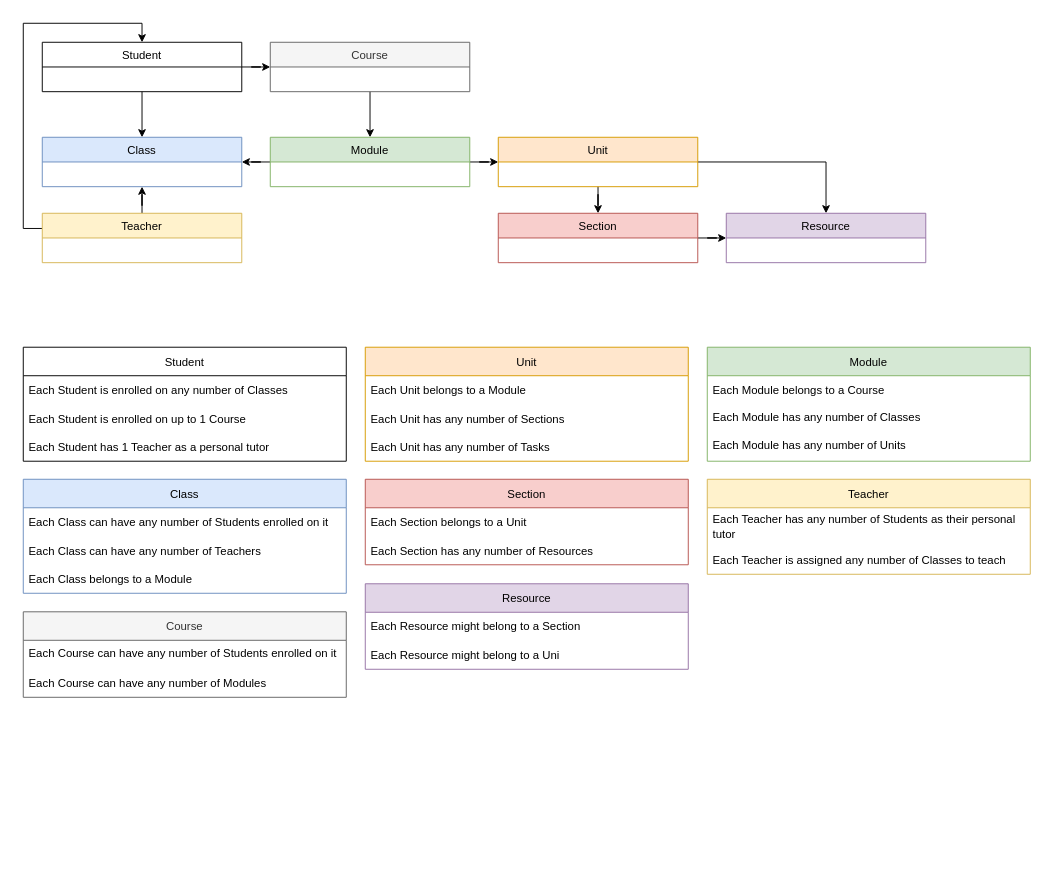
The draw.io diagram Docs/GoLearn_DataModel.drawio in brad1066/uni-capstone, before the edit. Source tidied: cells renumbered, new cells numbered last; positions are measured from the earlier drawing's top-left corner, leaving out a move shared by most shapes. Both pictures are drawn from the tidied source at 95%, with x=0, y=0 at pixel (23, 23).
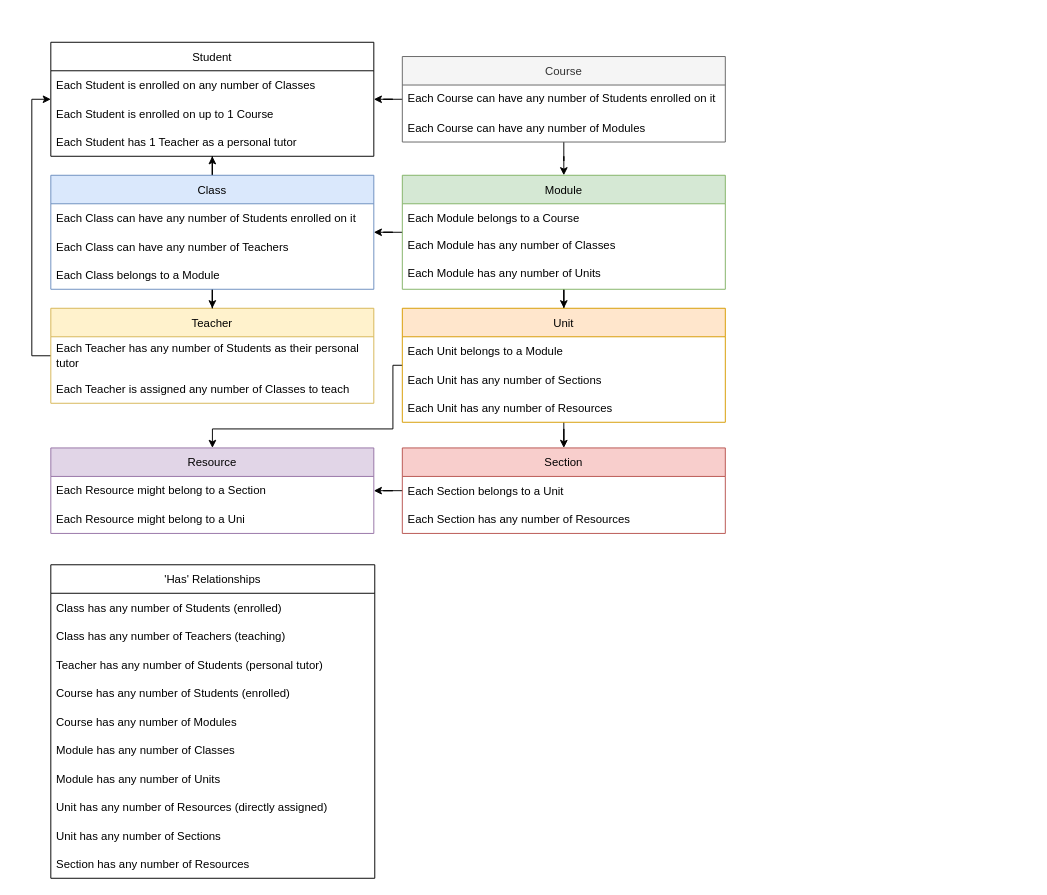
The same page after the edit.

Commit message:
Simplification of DataModel file

What changed in the source:
```diff
@@
-    <mxCell id="2" style="edgeStyle=orthogonalEdgeStyle;rounded=0;jettySize=auto;html=1;" parent="1" edge="1" source="4" target="16">
-      <mxGeometry relative="1" as="geometry" />
-    </mxCell>
-    <mxCell id="3" style="edgeStyle=orthogonalEdgeStyle;rounded=0;jettySize=auto;html=1;" parent="1" edge="1" source="4" target="6">
-      <mxGeometry relative="1" as="geometry" />
-    </mxCell>
-    <mxCell id="4" value="Student" style="swimlane;fontStyle=0;horizontal=1;startSize=26;" parent="1" vertex="1">
-      <mxGeometry x="20" y="20" width="210" height="52" as="geometry" />
-    </mxCell>
-    <mxCell id="5" style="edgeStyle=orthogonalEdgeStyle;rounded=0;jumpStyle=line;jettySize=auto;html=1;entryX=0.5;entryY=0;entryDx=0;entryDy=0;" parent="1" edge="1" source="6" target="9">
-      <mxGeometry relative="1" as="geometry" />
-    </mxCell>
-    <mxCell id="6" value="Course" style="swimlane;fontStyle=0;horizontal=1;startSize=26;fillColor=#f5f5f5;fontColor=#333333;strokeColor=#666666;" parent="1" vertex="1">
-      <mxGeometry x="260" y="20" width="210" height="52" as="geometry" />
-    </mxCell>
-    <mxCell id="7" style="edgeStyle=orthogonalEdgeStyle;rounded=0;jumpStyle=line;jettySize=auto;html=1;" parent="1" edge="1" source="9" target="16">
-      <mxGeometry relative="1" as="geometry" />
-    </mxCell>
-    <mxCell id="8" style="edgeStyle=orthogonalEdgeStyle;rounded=0;jumpStyle=line;jettySize=auto;html=1;" parent="1" edge="1" source="9" target="12">
-      <mxGeometry relative="1" as="geometry" />
-    </mxCell>
-    <mxCell id="9" value="Module" style="swimlane;fontStyle=0;horizontal=1;startSize=26;fillColor=#d5e8d4;strokeColor=#82b366;" parent="1" vertex="1">
-      <mxGeometry x="260" y="120" width="210" height="52" as="geometry" />
-    </mxCell>
-    <mxCell id="10" style="edgeStyle=orthogonalEdgeStyle;rounded=0;jumpStyle=line;jettySize=auto;html=1;" parent="1" edge="1" source="12" target="14">
-      <mxGeometry relative="1" as="geometry" />
-    </mxCell>
-    <mxCell id="11" style="edgeStyle=orthogonalEdgeStyle;rounded=0;jumpStyle=line;jettySize=auto;html=1;exitX=1;exitY=0.5;exitDx=0;exitDy=0;" parent="1" edge="1" source="12" target="15">
-      <mxGeometry relative="1" as="geometry" />
-    </mxCell>
-    <mxCell id="12" value="Unit" style="swimlane;fontStyle=0;horizontal=1;startSize=26;fillColor=#ffe6cc;strokeColor=#d79b00;" parent="1" vertex="1">
-      <mxGeometry x="500" y="120" width="210" height="52" as="geometry" />
-    </mxCell>
-    <mxCell id="13" style="edgeStyle=orthogonalEdgeStyle;rounded=0;jumpStyle=line;jettySize=auto;html=1;" parent="1" edge="1" source="14" target="15">
-      <mxGeometry relative="1" as="geometry" />
-    </mxCell>
-    <mxCell id="14" value="Section" style="swimlane;fontStyle=0;horizontal=1;startSize=26;fillColor=#f8cecc;strokeColor=#b85450;" parent="1" vertex="1">
-      <mxGeometry x="500" y="200" width="210" height="52" as="geometry" />
-    </mxCell>
-    <mxCell id="15" value="Resource" style="swimlane;fontStyle=0;horizontal=1;startSize=26;fillColor=#e1d5e7;strokeColor=#9673a6;" parent="1" vertex="1">
-      <mxGeometry x="740" y="200" width="210" height="52" as="geometry" />
-    </mxCell>
-    <mxCell id="16" value="Class" style="swimlane;fontStyle=0;horizontal=1;startSize=26;fillColor=#dae8fc;strokeColor=#6c8ebf;" parent="1" vertex="1">
-      <mxGeometry x="20" y="120" width="210" height="52" as="geometry" />
-    </mxCell>
-    <mxCell id="17" style="edgeStyle=orthogonalEdgeStyle;rounded=0;jettySize=auto;html=1;" parent="1" edge="1" source="19" target="4">
-      <mxGeometry relative="1" as="geometry">
-        <Array as="points">
-          <mxPoint y="216" />
-          <mxPoint />
-          <mxPoint x="125" />
-        </Array>
-      </mxGeometry>
-    </mxCell>
-    <mxCell id="18" style="edgeStyle=orthogonalEdgeStyle;rounded=0;jumpStyle=line;jettySize=auto;html=1;exitX=0.5;exitY=0;exitDx=0;exitDy=0;" parent="1" edge="1" source="19" target="16">
-      <mxGeometry relative="1" as="geometry" />
-    </mxCell>
-    <mxCell id="19" value="Teacher" style="swimlane;fontStyle=0;horizontal=1;startSize=26;fillColor=#fff2cc;strokeColor=#d6b656;" parent="1" vertex="1">
-      <mxGeometry x="20" y="200" width="210" height="52" as="geometry" />
-    </mxCell>
     <mxCell id="20" value="Student" style="swimlane;fontStyle=0;horizontal=1;startSize=30;" parent="1" vertex="1">
-      <mxGeometry y="341" width="340" height="120" as="geometry" />
+      <mxGeometry x="29" y="20" width="340" height="120" as="geometry" />
     </mxCell>
@@
+    <mxCell id="48" style="edgeStyle=orthogonalEdgeStyle;rounded=0;jumpStyle=line;jettySize=auto;html=1;" parent="1" edge="1" source="24" target="20">
+      <mxGeometry relative="1" as="geometry">
+        <Array as="points">
+          <mxPoint x="9" y="350" />
+          <mxPoint x="9" y="80" />
+        </Array>
+      </mxGeometry>
+    </mxCell>
     <mxCell id="24" value="Teacher" style="swimlane;fontStyle=0;horizontal=1;startSize=30;fillColor=#fff2cc;strokeColor=#d6b656;" parent="1" vertex="1">
-      <mxGeometry x="720" y="480" width="340" height="100" as="geometry" />
+      <mxGeometry x="29" y="300" width="340" height="100" as="geometry" />
     </mxCell>
@@
+    <mxCell id="49" style="edgeStyle=orthogonalEdgeStyle;rounded=0;jumpStyle=line;jettySize=auto;html=1;" parent="1" edge="1" source="27" target="34">
+      <mxGeometry relative="1" as="geometry" />
+    </mxCell>
+    <mxCell id="50" style="edgeStyle=orthogonalEdgeStyle;rounded=0;jumpStyle=line;jettySize=auto;html=1;" parent="1" edge="1" source="27" target="20">
+      <mxGeometry relative="1" as="geometry" />
+    </mxCell>
     <mxCell id="27" value="Course" style="swimlane;fontStyle=0;horizontal=1;startSize=30;fillColor=#f5f5f5;fontColor=#333333;strokeColor=#666666;" parent="1" vertex="1">
-      <mxGeometry y="619.5" width="340" height="90" as="geometry" />
+      <mxGeometry x="399" y="35" width="340" height="90" as="geometry" />
     </mxCell>
@@
+    <mxCell id="51" style="edgeStyle=orthogonalEdgeStyle;rounded=0;jumpStyle=line;jettySize=auto;html=1;" parent="1" edge="1" source="30" target="20">
+      <mxGeometry relative="1" as="geometry" />
+    </mxCell>
+    <mxCell id="52" style="edgeStyle=orthogonalEdgeStyle;rounded=0;jumpStyle=line;jettySize=auto;html=1;" parent="1" edge="1" source="30" target="24">
+      <mxGeometry relative="1" as="geometry" />
+    </mxCell>
     <mxCell id="30" value="Class" style="swimlane;fontStyle=0;horizontal=1;startSize=30;fillColor=#dae8fc;strokeColor=#6c8ebf;" parent="1" vertex="1">
-      <mxGeometry y="480" width="340" height="120" as="geometry" />
+      <mxGeometry x="29" y="160" width="340" height="120" as="geometry" />
     </mxCell>
@@
+    <mxCell id="53" style="edgeStyle=orthogonalEdgeStyle;rounded=0;jumpStyle=line;jettySize=auto;html=1;" parent="1" edge="1" source="34" target="30">
+      <mxGeometry relative="1" as="geometry" />
+    </mxCell>
+    <mxCell id="54" style="edgeStyle=orthogonalEdgeStyle;rounded=0;jumpStyle=line;jettySize=auto;html=1;" parent="1" edge="1" source="34" target="38">
+      <mxGeometry relative="1" as="geometry" />
+    </mxCell>
     <mxCell id="34" value="Module" style="swimlane;fontStyle=0;horizontal=1;startSize=30;fillColor=#d5e8d4;strokeColor=#82b366;" parent="1" vertex="1">
-      <mxGeometry x="720" y="341" width="340" height="120" as="geometry" />
+      <mxGeometry x="399" y="160" width="340" height="120" as="geometry" />
     </mxCell>
@@
+    <mxCell id="55" style="edgeStyle=orthogonalEdgeStyle;rounded=0;jumpStyle=line;jettySize=auto;html=1;" parent="1" edge="1" source="38" target="42">
+      <mxGeometry relative="1" as="geometry" />
+    </mxCell>
+    <mxCell id="56" style="edgeStyle=orthogonalEdgeStyle;rounded=0;jumpStyle=line;jettySize=auto;html=1;" parent="1" edge="1" source="38" target="45">
+      <mxGeometry relative="1" as="geometry">
+        <Array as="points">
+          <mxPoint x="389.1" y="360" />
+          <mxPoint x="389.1" y="427" />
+          <mxPoint x="199.1" y="427" />
+        </Array>
+      </mxGeometry>
+    </mxCell>
     <mxCell id="38" value="Unit" style="swimlane;fontStyle=0;horizontal=1;startSize=30;fillColor=#ffe6cc;strokeColor=#d79b00;" parent="1" vertex="1">
-      <mxGeometry x="360" y="341" width="340" height="120" as="geometry" />
+      <mxGeometry x="399" y="300" width="340" height="120" as="geometry" />
     </mxCell>
@@
-    <mxCell id="41" value="Each Unit has any number of Tasks" style="text;strokeColor=none;fillColor=none;align=left;verticalAlign=middle;spacingLeft=4;spacingRight=4;overflow=hidden;" parent="38" vertex="1">
+    <mxCell id="41" value="Each Unit has any number of Resources" style="text;strokeColor=none;fillColor=none;align=left;verticalAlign=middle;spacingLeft=4;spacingRight=4;overflow=hidden;" parent="38" vertex="1">
       <mxGeometry y="90" width="340" height="30" as="geometry" />
     </mxCell>
+    <mxCell id="57" style="edgeStyle=orthogonalEdgeStyle;rounded=0;jumpStyle=line;jettySize=auto;html=1;" parent="1" edge="1" source="42" target="45">
+      <mxGeometry relative="1" as="geometry" />
+    </mxCell>
     <mxCell id="42" value="Section" style="swimlane;fontStyle=0;horizontal=1;startSize=30;fillColor=#f8cecc;strokeColor=#b85450;" parent="1" vertex="1">
-      <mxGeometry x="360" y="480" width="340" height="90" as="geometry" />
+      <mxGeometry x="399" y="447" width="340" height="90" as="geometry" />
     </mxCell>
@@
     <mxCell id="45" value="Resource" style="swimlane;fontStyle=0;horizontal=1;startSize=30;fillColor=#e1d5e7;strokeColor=#9673a6;" parent="1" vertex="1">
-      <mxGeometry x="360" y="590" width="340" height="90" as="geometry" />
+      <mxGeometry x="29" y="447" width="340" height="90" as="geometry" />
     </mxCell>
@@
+    <mxCell id="58" value="'Has' Relationships" style="swimlane;fontStyle=0;horizontal=1;startSize=30;fillColor=default;" parent="1" vertex="1">
+      <mxGeometry x="29" y="570" width="341" height="330" as="geometry" />
+    </mxCell>
+    <mxCell id="59" value="Class has any number of Students (enrolled)" style="text;strokeColor=none;fillColor=none;align=left;verticalAlign=middle;spacingLeft=4;spacingRight=4;overflow=hidden;" parent="58" vertex="1">
+      <mxGeometry y="30" width="341" height="30" as="geometry" />
+    </mxCell>
+    <mxCell id="60" value="Class has any number of Teachers (teaching)" style="text;strokeColor=none;fillColor=none;align=left;verticalAlign=middle;spacingLeft=4;spacingRight=4;overflow=hidden;" parent="58" vertex="1">
+      <mxGeometry y="60" width="341" height="30" as="geometry" />
+    </mxCell>
+    <mxCell id="61" value="Teacher has any number of Students (personal tutor)" style="text;strokeColor=none;fillColor=none;align=left;verticalAlign=middle;spacingLeft=4;spacingRight=4;overflow=hidden;" parent="58" vertex="1">
+      <mxGeometry y="90" width="341" height="30" as="geometry" />
+    </mxCell>
+    <mxCell id="62" value="Course has any number of Students (enrolled)" style="text;strokeColor=none;fillColor=none;align=left;verticalAlign=middle;spacingLeft=4;spacingRight=4;overflow=hidden;" parent="58" vertex="1">
+      <mxGeometry y="120" width="341" height="30" as="geometry" />
+    </mxCell>
+    <mxCell id="63" value="Course has any number of Modules" style="text;strokeColor=none;fillColor=none;align=left;verticalAlign=middle;spacingLeft=4;spacingRight=4;overflow=hidden;" parent="58" vertex="1">
+      <mxGeometry y="150" width="341" height="30" as="geometry" />
+    </mxCell>
+    <mxCell id="64" value="Module has any number of Classes" style="text;strokeColor=none;fillColor=none;align=left;verticalAlign=middle;spacingLeft=4;spacingRight=4;overflow=hidden;" parent="58" vertex="1">
+      <mxGeometry y="180" width="341" height="30" as="geometry" />
+    </mxCell>
+    <mxCell id="65" value="Module has any number of Units" style="text;strokeColor=none;fillColor=none;align=left;verticalAlign=middle;spacingLeft=4;spacingRight=4;overflow=hidden;" parent="58" vertex="1">
+      <mxGeometry y="210" width="341" height="30" as="geometry" />
+    </mxCell>
+    <mxCell id="66" value="Unit has any number of Resources (directly assigned)" style="text;strokeColor=none;fillColor=none;align=left;verticalAlign=middle;spacingLeft=4;spacingRight=4;overflow=hidden;" parent="58" vertex="1">
+      <mxGeometry y="240" width="341" height="30" as="geometry" />
+    </mxCell>
+    <mxCell id="67" value="Unit has any number of Sections" style="text;strokeColor=none;fillColor=none;align=left;verticalAlign=middle;spacingLeft=4;spacingRight=4;overflow=hidden;" parent="58" vertex="1">
+      <mxGeometry y="270" width="341" height="30" as="geometry" />
+    </mxCell>
+    <mxCell id="68" value="Section has any number of Resources" style="text;strokeColor=none;fillColor=none;align=left;verticalAlign=middle;spacingLeft=4;spacingRight=4;overflow=hidden;" parent="58" vertex="1">
+      <mxGeometry y="300" width="341" height="30" as="geometry" />
+    </mxCell>
```
